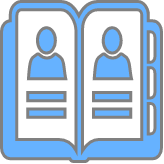
The draw.io diagram src/components/images/address-book.png in OOIT-com/web3-apps, before a commit. Source tidied: cells renumbered, new cells last; positions are measured from the earlier drawing's top-left corner, leaving out a move shared by most shapes. The source it was exported from:
```xml
<mxGraphModel>
  <root>
    <mxCell id="0" />
    <mxCell id="1" parent="0" />
    <mxCell id="2" style="sketch=0;shadow=0;dashed=0;html=1;strokeColor=#808080;fillColor=#66B2FF;labelPosition=center;verticalLabelPosition=bottom;verticalAlign=top;align=center;shape=mxgraph.office.concepts.address_book;rounded=1;labelBackgroundColor=#99FFFF;fontFamily=Open Sans;fontSource=https%3A%2F%2Ffonts.googleapis.com%2Fcss%3Ffamily%3DOpen%2BSans;fontSize=50;fontColor=#3333FF;fillStyle=dashed;strokeWidth=3;" parent="1" vertex="1">
      <mxGeometry width="160" height="160" as="geometry" />
    </mxCell>
  </root>
</mxGraphModel>
```
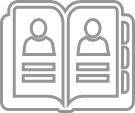
Above is the later version.

Diff of the diagram source:
```diff
@@ -2,8 +2,8 @@
   <root>
     <mxCell id="0" />
     <mxCell id="1" parent="0" />
-    <mxCell id="2" style="sketch=0;shadow=0;dashed=0;html=1;strokeColor=#808080;fillColor=#66B2FF;labelPosition=center;verticalLabelPosition=bottom;verticalAlign=top;align=center;shape=mxgraph.office.concepts.address_book;rounded=1;labelBackgroundColor=#99FFFF;fontFamily=Open Sans;fontSource=https%3A%2F%2Ffonts.googleapis.com%2Fcss%3Ffamily%3DOpen%2BSans;fontSize=50;fontColor=#3333FF;fillStyle=dashed;strokeWidth=3;" parent="1" vertex="1">
-      <mxGeometry width="160" height="160" as="geometry" />
+    <mxCell id="2" style="sketch=0;shadow=0;dashed=0;html=1;strokeColor=#969696;fillColor=none;labelPosition=center;verticalLabelPosition=bottom;verticalAlign=top;align=center;shape=mxgraph.office.concepts.address_book;rounded=1;labelBackgroundColor=#99FFFF;fontFamily=Open Sans;fontSource=https%3A%2F%2Ffonts.googleapis.com%2Fcss%3Ffamily%3DOpen%2BSans;fontSize=50;fontColor=#3333FF;fillStyle=solid;strokeWidth=3;" parent="1" vertex="1">
+      <mxGeometry width="131.9" height="110" as="geometry" />
     </mxCell>
   </root>
 </mxGraphModel>
```
